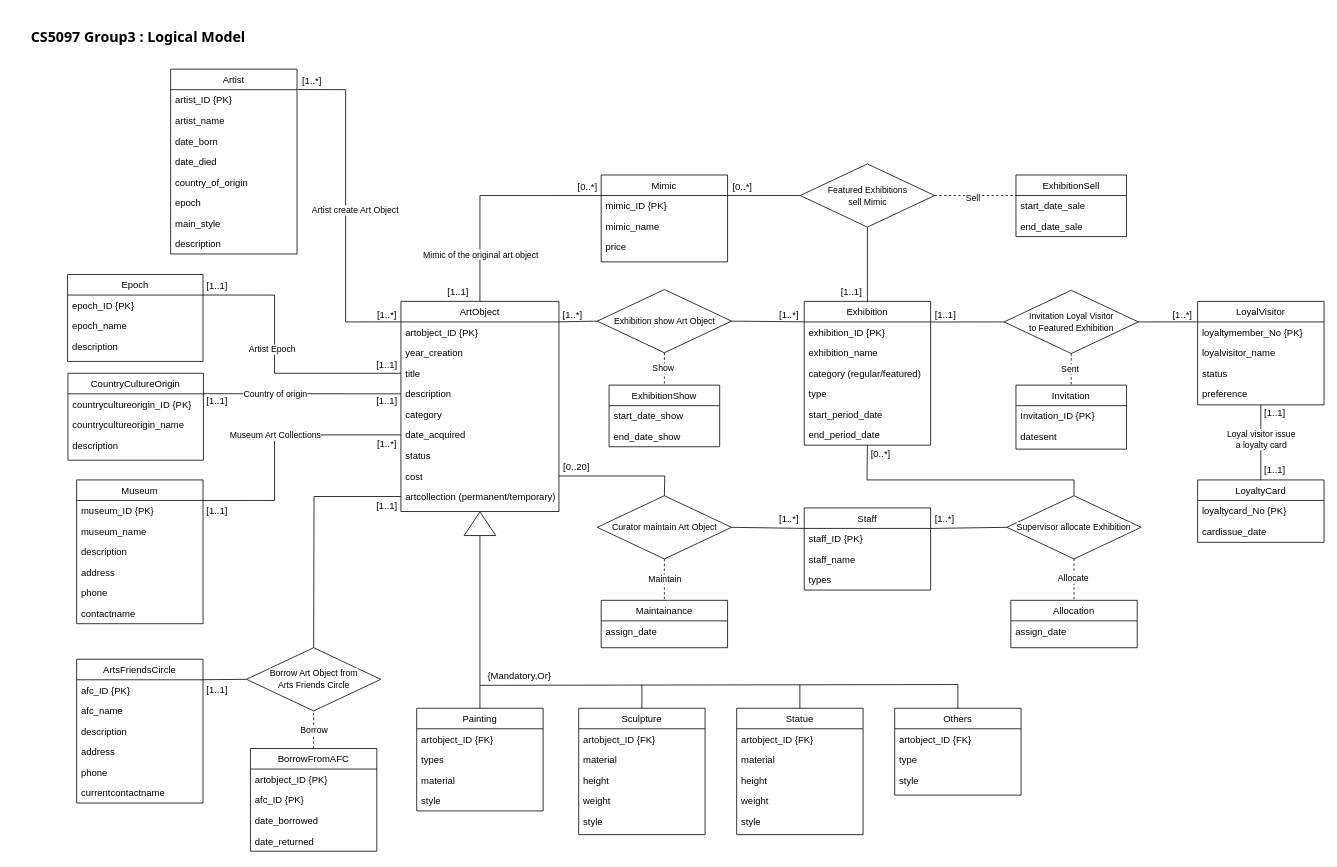
Earlier version of the draw.io diagram Group3_Logical-Model-3NF.drawio (chanokchut/CS5097). Source tidied: cells renumbered, new cells numbered last; positions are measured from the earlier drawing's top-left corner, leaving out a move shared by most shapes. Both pictures are drawn from the tidied source at 79%, with x=0, y=0 at pixel (29, 13).
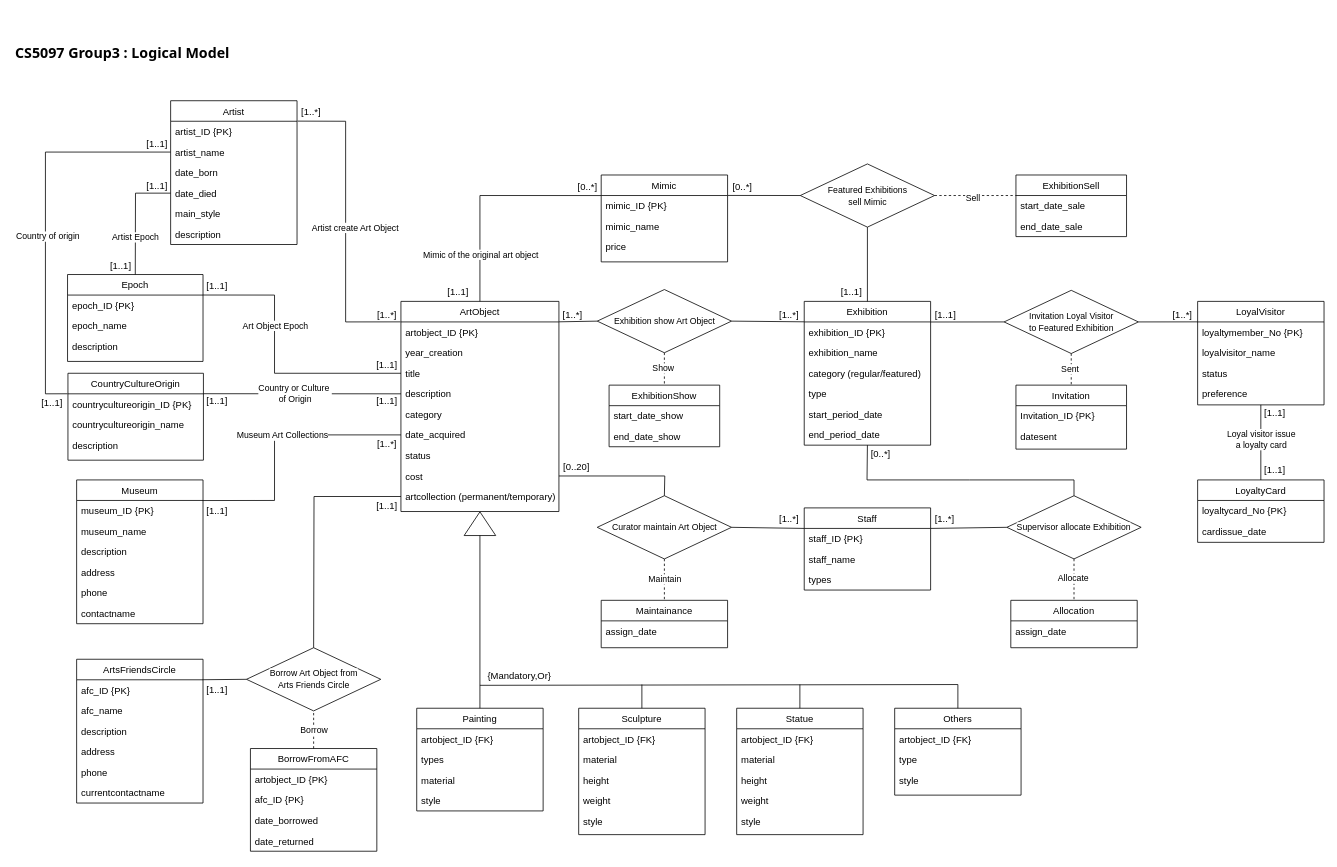
The same diagram, later.

The change refers to these unchanged cells:
```xml
<mxCell id="10" value="artobject_ID {PK}" style="text;align=left;verticalAlign=top;spacingLeft=4;spacingRight=4;overflow=hidden;points=[[0,0.5],[1,0.5]];portConstraint=eastwest;" parent="9" vertex="1">
  <mxGeometry y="26" width="200" height="26" as="geometry" />
</mxCell>
<mxCell id="20" value="artist_ID {PK}" style="text;align=left;verticalAlign=top;spacingLeft=4;spacingRight=4;overflow=hidden;points=[[0,0.5],[1,0.5]];portConstraint=eastwest;" parent="19" vertex="1">
  <mxGeometry y="26" width="160" height="26" as="geometry" />
</mxCell>
<mxCell id="21" value="artist_name" style="text;align=left;verticalAlign=top;spacingLeft=4;spacingRight=4;overflow=hidden;points=[[0,0.5],[1,0.5]];portConstraint=eastwest;" parent="19" vertex="1">
  <mxGeometry y="52" width="160" height="26" as="geometry" />
</mxCell>
<mxCell id="23" value="date_died" style="text;align=left;verticalAlign=top;spacingLeft=4;spacingRight=4;overflow=hidden;points=[[0,0.5],[1,0.5]];portConstraint=eastwest;" parent="19" vertex="1">
  <mxGeometry y="104" width="160" height="26" as="geometry" />
</mxCell>
<mxCell id="59" style="endArrow=none;html=1;rounded=0;entryX=0.998;entryY=0.004;entryDx=0;entryDy=0;entryPerimeter=0;exitX=0;exitY=0.5;exitDx=0;exitDy=0;" parent="1" edge="1" source="15" target="3">
  <mxGeometry relative="1" as="geometry">
    <Array as="points">
      <mxPoint x="310" y="533" />
      <mxPoint x="310" y="616" />
    </Array>
  </mxGeometry>
</mxCell>
<mxCell id="135" value="Epoch" style="swimlane;fontStyle=0;align=center;verticalAlign=top;horizontal=1;startSize=26;rounded=0;shadow=0;strokeWidth=1;" parent="1" vertex="1">
  <mxGeometry x="48" y="330" width="171.5" height="110" as="geometry" />
</mxCell>
<mxCell id="140" value="countrycultureorigin_ID {PK}" style="text;align=left;verticalAlign=top;spacingLeft=4;spacingRight=4;overflow=hidden;points=[[0,0.5],[1,0.5]];portConstraint=eastwest;" parent="139" vertex="1">
  <mxGeometry y="26" width="171.5" height="26" as="geometry" />
</mxCell>
<mxCell id="160" style="endArrow=none;html=1;rounded=0;entryX=0;entryY=0.5;entryDx=0;entryDy=0;exitX=0.999;exitY=-0.002;exitDx=0;exitDy=0;exitPerimeter=0;" parent="1" edge="1" source="136" target="12">
  <mxGeometry relative="1" as="geometry">
    <Array as="points">
      <mxPoint x="310" y="356" />
      <mxPoint x="310" y="455" />
    </Array>
  </mxGeometry>
</mxCell>
<mxCell id="162" style="endArrow=none;html=1;rounded=0;exitX=0.998;exitY=-0.005;exitDx=0;exitDy=0;exitPerimeter=0;entryX=0;entryY=0.5;entryDx=0;entryDy=0;" parent="1" edge="1" source="140" target="13">
  <mxGeometry relative="1" as="geometry" />
</mxCell>
```

What changed in the source:
```diff
@@
     <mxCell id="19" value="Artist" style="swimlane;fontStyle=0;align=center;verticalAlign=top;horizontal=1;startSize=26;rounded=0;shadow=0;strokeWidth=1;" parent="1" vertex="1">
-      <mxGeometry x="178.5" y="70" width="160" height="234" as="geometry" />
+      <mxGeometry x="178.5" y="110" width="160" height="182" as="geometry" />
     </mxCell>
@@
-    <mxCell id="24" value="country_of_origin" style="text;align=left;verticalAlign=top;spacingLeft=4;spacingRight=4;overflow=hidden;" parent="19" vertex="1">
-      <mxGeometry y="130" width="160" height="26" as="geometry" />
-    </mxCell>
-    <mxCell id="25" value="epoch" style="text;align=left;verticalAlign=top;spacingLeft=4;spacingRight=4;overflow=hidden;" parent="19" vertex="1">
-      <mxGeometry y="156" width="160" height="26" as="geometry" />
-    </mxCell>
     <mxCell id="26" value="main_style" style="text;align=left;verticalAlign=top;spacingLeft=4;spacingRight=4;overflow=hidden;" parent="19" vertex="1">
-      <mxGeometry y="182" width="160" height="26" as="geometry" />
+      <mxGeometry y="130" width="160" height="26" as="geometry" />
     </mxCell>
     <mxCell id="27" value="description" style="text;align=left;verticalAlign=top;spacingLeft=4;spacingRight=4;overflow=hidden;" parent="19" vertex="1">
-      <mxGeometry y="208" width="160" height="26" as="geometry" />
+      <mxGeometry y="156" width="160" height="26" as="geometry" />
     </mxCell>
@@
     <mxCell id="55" style="endArrow=none;html=1;rounded=0;exitX=1.004;exitY=-0.007;exitDx=0;exitDy=0;exitPerimeter=0;entryX=-0.002;entryY=-0.003;entryDx=0;entryDy=0;entryPerimeter=0;" parent="1" edge="1" source="20" target="10">
       <mxGeometry relative="1" as="geometry">
         <Array as="points">
-          <mxPoint x="400" y="96" />
+          <mxPoint x="400" y="136" />
           <mxPoint x="400" y="390" />
         </Array>
       </mxGeometry>
     </mxCell>
@@
     <mxCell id="57" value="[1..*]" style="text;html=1;align=center;verticalAlign=middle;whiteSpace=wrap;rounded=0;" parent="1" vertex="1">
-      <mxGeometry x="335" y="70" width="45" height="30" as="geometry" />
+      <mxGeometry x="334" y="110" width="45" height="30" as="geometry" />
     </mxCell>
@@
     <mxCell id="60" value="Museum Art Collections" style="edgeLabel;html=1;align=center;verticalAlign=middle;" parent="59" vertex="1">
       <mxGeometry x="-0.09" y="-1" relative="1" as="geometry">
-        <mxPoint x="-8" y="1" as="offset" />
+        <mxPoint x="1" y="1" as="offset" />
       </mxGeometry>
     </mxCell>
@@
     <mxCell id="134" value="&lt;font face=&quot;Tahoma&quot; style=&quot;font-size: 18px;&quot;&gt;&lt;font style=&quot;&quot;&gt;CS5097 Group3 :&amp;nbsp;&lt;/font&gt;&lt;/font&gt;&lt;span style=&quot;background-color: initial; font-size: 18px;&quot;&gt;&lt;font face=&quot;Tahoma&quot;&gt;Logical&amp;nbsp;&lt;/font&gt;&lt;/span&gt;&lt;font style=&quot;background-color: initial; font-size: 18px;&quot; face=&quot;Tahoma&quot;&gt;&lt;span style=&quot;background-color: initial;&quot;&gt;Model&lt;/span&gt;&lt;/font&gt;" style="text;html=1;align=left;verticalAlign=middle;whiteSpace=wrap;rounded=0;fontStyle=1;" parent="1" vertex="1">
-      <mxGeometry width="380" height="60" as="geometry" />
+      <mxGeometry x="-20" y="20" width="380" height="60" as="geometry" />
     </mxCell>
@@
-    <mxCell id="161" value="Artist Epoch" style="edgeLabel;html=1;align=center;verticalAlign=middle;" parent="160" vertex="1">
-      <mxGeometry x="-0.09" y="-4" relative="1" as="geometry" />
+    <mxCell id="161" value="Art Object Epoch" style="edgeLabel;html=1;align=center;verticalAlign=middle;" parent="160" vertex="1">
+      <mxGeometry x="-0.09" y="-4" relative="1" as="geometry">
+        <mxPoint x="4" y="-30" as="offset" />
+      </mxGeometry>
     </mxCell>
@@
-    <mxCell id="163" value="&lt;span style=&quot;text-align: left;&quot;&gt;Country&amp;nbsp;&lt;/span&gt;&lt;span style=&quot;text-align: left;&quot;&gt;of origin&lt;/span&gt;" style="edgeLabel;html=1;align=center;verticalAlign=middle;" parent="162" vertex="1">
+    <mxCell id="163" value="Country or Culture&amp;nbsp;&lt;div&gt;of Origin&lt;/div&gt;" style="edgeLabel;html=1;align=center;verticalAlign=middle;" parent="162" vertex="1">
       <mxGeometry x="-0.41" y="1" relative="1" as="geometry">
-        <mxPoint x="17" y="1" as="offset" />
+        <mxPoint x="42" y="1" as="offset" />
       </mxGeometry>
     </mxCell>
@@
+    <mxCell id="179" style="endArrow=none;html=1;rounded=0;entryX=0.5;entryY=0;entryDx=0;entryDy=0;exitX=0;exitY=0.5;exitDx=0;exitDy=0;" parent="1" edge="1" source="23" target="135">
+      <mxGeometry relative="1" as="geometry">
+        <Array as="points">
+          <mxPoint x="134" y="227" />
+        </Array>
+      </mxGeometry>
+    </mxCell>
+    <mxCell id="180" value="Artist Epoch" style="edgeLabel;html=1;align=center;verticalAlign=middle;" parent="179" vertex="1">
+      <mxGeometry x="0.03" y="-1" relative="1" as="geometry">
+        <mxPoint x="1" y="24" as="offset" />
+      </mxGeometry>
+    </mxCell>
+    <mxCell id="181" style="endArrow=none;html=1;rounded=0;exitX=-0.002;exitY=-0.002;exitDx=0;exitDy=0;exitPerimeter=0;entryX=0;entryY=0.5;entryDx=0;entryDy=0;" parent="1" edge="1" source="140" target="21">
+      <mxGeometry relative="1" as="geometry">
+        <Array as="points">
+          <mxPoint x="20" y="481" />
+          <mxPoint x="20" y="175" />
+        </Array>
+      </mxGeometry>
+    </mxCell>
+    <mxCell id="182" value="&lt;span style=&quot;text-align: left;&quot;&gt;Country&amp;nbsp;&lt;/span&gt;&lt;span style=&quot;text-align: left;&quot;&gt;of origin&lt;/span&gt;" style="edgeLabel;html=1;align=center;verticalAlign=middle;" parent="181" vertex="1">
+      <mxGeometry x="0.01" y="-2" relative="1" as="geometry">
+        <mxPoint y="21" as="offset" />
+      </mxGeometry>
+    </mxCell>
+    <mxCell id="183" value="[1..1]" style="text;html=1;align=center;verticalAlign=middle;whiteSpace=wrap;rounded=0;" parent="1" vertex="1">
+      <mxGeometry x="139" y="203" width="45" height="30" as="geometry" />
+    </mxCell>
+    <mxCell id="184" value="[1..1]" style="text;html=1;align=center;verticalAlign=middle;whiteSpace=wrap;rounded=0;" parent="1" vertex="1">
+      <mxGeometry x="139" y="150" width="45" height="30" as="geometry" />
+    </mxCell>
+    <mxCell id="185" value="[1..1]" style="text;html=1;align=center;verticalAlign=middle;whiteSpace=wrap;rounded=0;" parent="1" vertex="1">
+      <mxGeometry x="5.5" y="478" width="45" height="30" as="geometry" />
+    </mxCell>
+    <mxCell id="186" value="[1..1]" style="text;html=1;align=center;verticalAlign=middle;whiteSpace=wrap;rounded=0;" parent="1" vertex="1">
+      <mxGeometry x="93" y="305" width="45" height="30" as="geometry" />
+    </mxCell>
```
